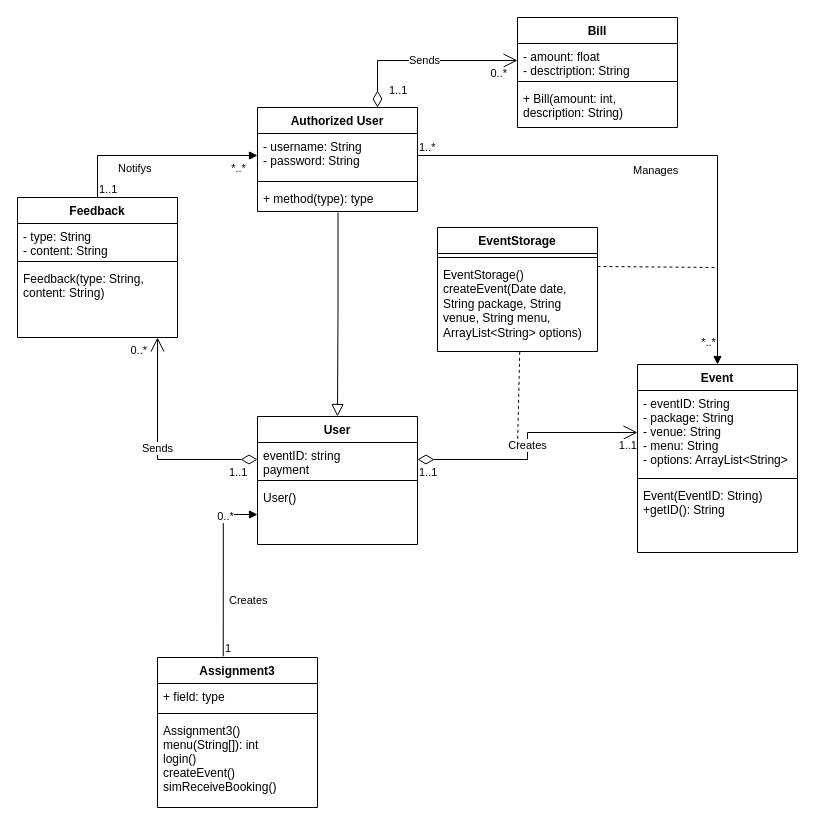
Above: class_diagram.drawio in s3899475/ISYS1118-Assignment-3 (draw.io), before the change. Source tidied: cells renumbered, new cells numbered last; positions are measured from the earlier drawing's top-left corner, leaving out a move shared by most shapes. Both pictures are drawn from the tidied source at 100%, with x=0, y=0 at pixel (17, 17).
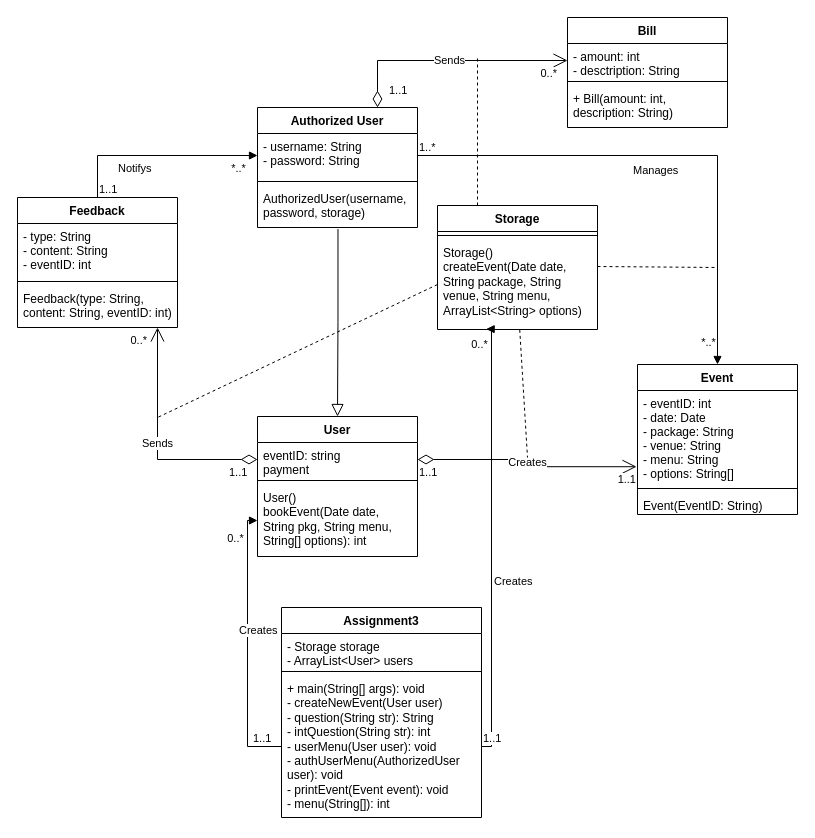
The same page after the edit.

Commit message (it also covers changes not shown here):
final changes + update class diagram

Unchanged cells that the change refers to:
```xml
<mxCell id="3" value="eventID: string&#10;payment" style="text;strokeColor=none;fillColor=none;align=left;verticalAlign=top;spacingLeft=4;spacingRight=4;overflow=hidden;points=[[0,0.5],[1,0.5]];portConstraint=eastwest;" parent="2" vertex="1">
  <mxGeometry y="26" width="160" height="34" as="geometry" />
</mxCell>
```

Change to the diagram source:
```diff
@@
     <mxCell id="2" value="User" style="swimlane;fontStyle=1;align=center;verticalAlign=top;horizontal=1;startSize=26;" parent="1" vertex="1">
-      <mxGeometry x="240" y="399" width="160" height="128" as="geometry" />
+      <mxGeometry x="240" y="399" width="160" height="140" as="geometry" />
     </mxCell>
@@
-    <mxCell id="5" value="User()" style="text;strokeColor=none;fillColor=none;align=left;verticalAlign=top;spacingLeft=4;spacingRight=4;overflow=hidden;points=[[0,0.5],[1,0.5]];portConstraint=eastwest;" parent="2" vertex="1">
-      <mxGeometry y="68" width="160" height="60" as="geometry" />
+    <mxCell id="5" value="User()&#10;bookEvent(Date date, String pkg, String menu, String[] options): int" style="text;strokeColor=none;fillColor=none;align=left;verticalAlign=top;spacingLeft=4;spacingRight=4;overflow=hidden;points=[[0,0.5],[1,0.5]];portConstraint=eastwest;whiteSpace=wrap;" parent="2" vertex="1">
+      <mxGeometry y="68" width="160" height="72" as="geometry" />
     </mxCell>
     <mxCell id="6" value="Authorized User" style="swimlane;fontStyle=1;align=center;verticalAlign=top;horizontal=1;startSize=26;" parent="1" vertex="1">
-      <mxGeometry x="240" y="90" width="160" height="104" as="geometry" />
+      <mxGeometry x="240" y="90" width="160" height="120" as="geometry" />
     </mxCell>
@@
-    <mxCell id="9" value="+ method(type): type" style="text;strokeColor=none;fillColor=none;align=left;verticalAlign=top;spacingLeft=4;spacingRight=4;overflow=hidden;points=[[0,0.5],[1,0.5]];portConstraint=eastwest;" parent="6" vertex="1">
-      <mxGeometry y="78" width="160" height="26" as="geometry" />
+    <mxCell id="9" value="AuthorizedUser(username, password, storage)" style="text;strokeColor=none;fillColor=none;align=left;verticalAlign=top;spacingLeft=4;spacingRight=4;overflow=hidden;points=[[0,0.5],[1,0.5]];portConstraint=eastwest;whiteSpace=wrap;" parent="6" vertex="1">
+      <mxGeometry y="78" width="160" height="42" as="geometry" />
     </mxCell>
     <mxCell id="10" value="Event" style="swimlane;fontStyle=1;align=center;verticalAlign=top;horizontal=1;startSize=26;" parent="1" vertex="1">
-      <mxGeometry x="620" y="347" width="160" height="188" as="geometry" />
+      <mxGeometry x="620" y="347" width="160" height="150" as="geometry" />
     </mxCell>
-    <mxCell id="11" value="- eventID: String&#10;- package: String&#10;- venue: String&#10;- menu: String&#10;- options: ArrayList&lt;String&gt;" style="text;strokeColor=none;fillColor=none;align=left;verticalAlign=top;spacingLeft=4;spacingRight=4;overflow=hidden;points=[[0,0.5],[1,0.5]];portConstraint=eastwest;" parent="10" vertex="1">
-      <mxGeometry y="26" width="160" height="84" as="geometry" />
+    <mxCell id="11" value="- eventID: int&#10;- date: Date&#10;- package: String&#10;- venue: String&#10;- menu: String&#10;- options: String[]" style="text;strokeColor=none;fillColor=none;align=left;verticalAlign=top;spacingLeft=4;spacingRight=4;overflow=hidden;points=[[0,0.5],[1,0.5]];portConstraint=eastwest;" parent="10" vertex="1">
+      <mxGeometry y="26" width="160" height="94" as="geometry" />
     </mxCell>
     <mxCell id="12" style="line;strokeWidth=1;fillColor=none;align=left;verticalAlign=middle;spacingTop=-1;spacingLeft=3;spacingRight=3;labelPosition=right;strokeColor=inherit;" parent="10" vertex="1">
-      <mxGeometry y="110" width="160" height="8" as="geometry" />
+      <mxGeometry y="120" width="160" height="8" as="geometry" />
     </mxCell>
-    <mxCell id="13" value="Event(EventID: String)&#10;+getID(): String" style="text;strokeColor=none;fillColor=none;align=left;verticalAlign=top;spacingLeft=4;spacingRight=4;overflow=hidden;" parent="10" vertex="1">
-      <mxGeometry y="118" width="160" height="70" as="geometry" />
+    <mxCell id="13" value="Event(EventID: String)" style="text;strokeColor=none;fillColor=none;align=left;verticalAlign=top;spacingLeft=4;spacingRight=4;overflow=hidden;" parent="10" vertex="1">
+      <mxGeometry y="128" width="160" height="22" as="geometry" />
     </mxCell>
-    <mxCell id="14" value="Creates" style="endArrow=open;html=1;endSize=12;startArrow=diamondThin;startSize=14;startFill=0;edgeStyle=orthogonalEdgeStyle;rounded=0;exitX=1;exitY=0.5;exitDx=0;exitDy=0;entryX=0;entryY=0.5;entryDx=0;entryDy=0;" parent="1" edge="1" source="3" target="11">
+    <mxCell id="14" value="Creates" style="endArrow=open;html=1;endSize=12;startArrow=diamondThin;startSize=14;startFill=0;edgeStyle=orthogonalEdgeStyle;rounded=0;exitX=1;exitY=0.5;exitDx=0;exitDy=0;entryX=-0.006;entryY=0.811;entryDx=0;entryDy=0;entryPerimeter=0;" parent="1" edge="1" source="3" target="11">
       <mxGeometry relative="1" as="geometry" />
     </mxCell>
@@
     <mxCell id="21" value="Feedback" style="swimlane;fontStyle=1;align=center;verticalAlign=top;horizontal=1;startSize=26;" parent="1" vertex="1">
-      <mxGeometry y="180" width="160" height="140" as="geometry" />
+      <mxGeometry y="180" width="160" height="130" as="geometry" />
     </mxCell>
-    <mxCell id="22" value="- type: String&#10;- content: String" style="text;strokeColor=none;fillColor=none;align=left;verticalAlign=top;spacingLeft=4;spacingRight=4;overflow=hidden;" parent="21" vertex="1">
-      <mxGeometry y="26" width="160" height="34" as="geometry" />
+    <mxCell id="22" value="- type: String&#10;- content: String&#10;- eventID: int" style="text;strokeColor=none;fillColor=none;align=left;verticalAlign=top;spacingLeft=4;spacingRight=4;overflow=hidden;" parent="21" vertex="1">
+      <mxGeometry y="26" width="160" height="54" as="geometry" />
     </mxCell>
     <mxCell id="23" style="line;strokeWidth=1;fillColor=none;align=left;verticalAlign=middle;spacingTop=-1;spacingLeft=3;spacingRight=3;labelPosition=right;strokeColor=inherit;" parent="21" vertex="1">
-      <mxGeometry y="60" width="160" height="8" as="geometry" />
+      <mxGeometry y="80" width="160" height="8" as="geometry" />
     </mxCell>
-    <mxCell id="24" value="Feedback(type: String, content: String)" style="text;strokeColor=none;fillColor=none;align=left;verticalAlign=top;spacingLeft=4;spacingRight=4;overflow=hidden;points=[[0,0.5],[1,0.5]];portConstraint=eastwest;whiteSpace=wrap;" parent="21" vertex="1">
-      <mxGeometry y="68" width="160" height="72" as="geometry" />
+    <mxCell id="24" value="Feedback(type: String, content: String, eventID: int)" style="text;strokeColor=none;fillColor=none;align=left;verticalAlign=top;spacingLeft=4;spacingRight=4;overflow=hidden;points=[[0,0.5],[1,0.5]];portConstraint=eastwest;whiteSpace=wrap;" parent="21" vertex="1">
+      <mxGeometry y="88" width="160" height="42" as="geometry" />
     </mxCell>
@@
     <mxCell id="31" value="Bill" style="swimlane;fontStyle=1;align=center;verticalAlign=top;horizontal=1;startSize=26;" parent="1" vertex="1">
-      <mxGeometry x="500" width="160" height="110" as="geometry" />
+      <mxGeometry x="550" width="160" height="110" as="geometry" />
     </mxCell>
-    <mxCell id="32" value="- amount: float&#10;- desctription: String" style="text;strokeColor=none;fillColor=none;align=left;verticalAlign=top;spacingLeft=4;spacingRight=4;overflow=hidden;points=[[0,0.5],[1,0.5]];portConstraint=eastwest;" parent="31" vertex="1">
+    <mxCell id="32" value="- amount: int&#10;- desctription: String" style="text;strokeColor=none;fillColor=none;align=left;verticalAlign=top;spacingLeft=4;spacingRight=4;overflow=hidden;points=[[0,0.5],[1,0.5]];portConstraint=eastwest;" parent="31" vertex="1">
       <mxGeometry y="26" width="160" height="34" as="geometry" />
     </mxCell>
@@
-    <mxCell id="38" value="EventStorage" style="swimlane;fontStyle=1;align=center;verticalAlign=top;horizontal=1;startSize=26;whiteSpace=wrap;" parent="1" vertex="1">
-      <mxGeometry x="420" y="210" width="160" height="124" as="geometry" />
+    <mxCell id="38" value="Storage" style="swimlane;fontStyle=1;align=center;verticalAlign=top;horizontal=1;startSize=26;whiteSpace=wrap;" parent="1" vertex="1">
+      <mxGeometry x="420" y="188" width="160" height="124" as="geometry" />
     </mxCell>
@@
-    <mxCell id="40" value="EventStorage()&#10;createEvent(Date date, String package, String venue, String menu, ArrayList&lt;String&gt; options)" style="text;strokeColor=none;fillColor=none;align=left;verticalAlign=top;spacingLeft=4;spacingRight=4;overflow=hidden;points=[[0,0.5],[1,0.5]];portConstraint=eastwest;whiteSpace=wrap;" parent="38" vertex="1">
+    <mxCell id="40" value="Storage()&#10;createEvent(Date date, String package, String venue, String menu, ArrayList&lt;String&gt; options)" style="text;strokeColor=none;fillColor=none;align=left;verticalAlign=top;spacingLeft=4;spacingRight=4;overflow=hidden;points=[[0,0.5],[1,0.5]];portConstraint=eastwest;whiteSpace=wrap;" parent="38" vertex="1">
       <mxGeometry y="34" width="160" height="90" as="geometry" />
     </mxCell>
     <mxCell id="41" style="endArrow=none;dashed=1;html=1;rounded=0;exitX=0.514;exitY=1.004;exitDx=0;exitDy=0;exitPerimeter=0;" parent="1" edge="1" source="40">
       <mxGeometry relative="1" as="geometry">
-        <mxPoint x="500" y="430" as="targetPoint" />
+        <mxPoint x="510" y="440" as="targetPoint" />
       </mxGeometry>
     </mxCell>
@@
     <mxCell id="43" value="Assignment3" style="swimlane;fontStyle=1;align=center;verticalAlign=top;horizontal=1;startSize=26;" parent="1" vertex="1">
-      <mxGeometry x="140" y="640" width="160" height="150" as="geometry" />
+      <mxGeometry x="264" y="590" width="200" height="210" as="geometry" />
     </mxCell>
-    <mxCell id="44" value="+ field: type" style="text;strokeColor=none;fillColor=none;align=left;verticalAlign=top;spacingLeft=4;spacingRight=4;overflow=hidden;" parent="43" vertex="1">
-      <mxGeometry y="26" width="160" height="26" as="geometry" />
+    <mxCell id="44" value="- Storage storage&#10;- ArrayList&lt;User&gt; users" style="text;strokeColor=none;fillColor=none;align=left;verticalAlign=top;spacingLeft=4;spacingRight=4;overflow=hidden;" parent="43" vertex="1">
+      <mxGeometry y="26" width="200" height="34" as="geometry" />
     </mxCell>
     <mxCell id="45" style="line;strokeWidth=1;fillColor=none;align=left;verticalAlign=middle;spacingTop=-1;spacingLeft=3;spacingRight=3;labelPosition=right;strokeColor=inherit;" parent="43" vertex="1">
-      <mxGeometry y="52" width="160" height="8" as="geometry" />
+      <mxGeometry y="60" width="200" height="8" as="geometry" />
     </mxCell>
-    <mxCell id="46" value="Assignment3()&#10;menu(String[]): int&#10;login()&#10;createEvent()&#10;simReceiveBooking()" style="text;strokeColor=none;fillColor=none;align=left;verticalAlign=top;spacingLeft=4;spacingRight=4;overflow=hidden;points=[[0,0.5],[1,0.5]];portConstraint=eastwest;" parent="43" vertex="1">
-      <mxGeometry y="60" width="160" height="90" as="geometry" />
+    <mxCell id="46" value="+ main(String[] args): void&lt;br&gt;- createNewEvent(User user)&lt;br&gt;- question(String str): String&lt;br&gt;- intQuestion(String str): int&lt;br&gt;- userMenu(User user): void&lt;br&gt;- authUserMenu(AuthorizedUser user): void&lt;br&gt;- printEvent(Event event): void&lt;br&gt;- menu(String[]): int" style="text;strokeColor=none;fillColor=none;align=left;verticalAlign=top;spacingLeft=4;spacingRight=4;overflow=hidden;points=[[0,0.5],[1,0.5]];portConstraint=eastwest;whiteSpace=wrap;html=1;" parent="43" vertex="1">
+      <mxGeometry y="68" width="200" height="142" as="geometry" />
     </mxCell>
-    <mxCell id="47" value="Creates" style="endArrow=block;endFill=1;html=1;edgeStyle=orthogonalEdgeStyle;align=left;verticalAlign=top;rounded=0;exitX=0.411;exitY=-0.008;exitDx=0;exitDy=0;exitPerimeter=0;entryX=0;entryY=0.5;entryDx=0;entryDy=0;" parent="1" edge="1" source="43" target="5">
-      <mxGeometry x="-0.22" y="-4" relative="1" as="geometry" />
+    <mxCell id="47" value="Creates" style="endArrow=block;endFill=1;html=1;edgeStyle=orthogonalEdgeStyle;align=left;verticalAlign=top;rounded=0;exitX=0;exitY=0.5;exitDx=0;exitDy=0;entryX=0;entryY=0.5;entryDx=0;entryDy=0;" parent="1" edge="1" source="46" target="5">
+      <mxGeometry x="0.21" y="10" relative="1" as="geometry" />
     </mxCell>
-    <mxCell id="48" value="1" style="edgeLabel;html=1;align=left;verticalAlign=bottom;" parent="47" vertex="1">
-      <mxGeometry x="-1" relative="1" as="geometry" />
+    <mxCell id="48" value="1..1" style="edgeLabel;html=1;align=left;verticalAlign=bottom;" parent="47" vertex="1">
+      <mxGeometry x="-1" relative="1" as="geometry">
+        <mxPoint x="-30" as="offset" />
+      </mxGeometry>
     </mxCell>
@@
+    <mxCell id="50" style="endArrow=none;dashed=1;html=1;rounded=0;exitX=0.25;exitY=0;exitDx=0;exitDy=0;" parent="1" edge="1" source="38">
+      <mxGeometry relative="1" as="geometry">
+        <mxPoint x="460" y="40" as="targetPoint" />
+      </mxGeometry>
+    </mxCell>
+    <mxCell id="51" style="endArrow=none;dashed=1;html=1;rounded=0;exitX=0;exitY=0.5;exitDx=0;exitDy=0;" parent="1" edge="1" source="40">
+      <mxGeometry relative="1" as="geometry">
+        <mxPoint x="140" y="400" as="targetPoint" />
+      </mxGeometry>
+    </mxCell>
+    <mxCell id="52" value="Creates" style="endArrow=block;endFill=1;html=1;edgeStyle=orthogonalEdgeStyle;align=left;verticalAlign=top;rounded=0;exitX=1;exitY=0.5;exitDx=0;exitDy=0;entryX=0.304;entryY=0.995;entryDx=0;entryDy=0;entryPerimeter=0;" parent="1" edge="1" source="46" target="40">
+      <mxGeometry x="-0.13" y="-1" relative="1" as="geometry">
+        <Array as="points">
+          <mxPoint x="474" y="729" />
+          <mxPoint x="474" y="312" />
+        </Array>
+      </mxGeometry>
+    </mxCell>
+    <mxCell id="53" value="1..1" style="edgeLabel;html=1;align=left;verticalAlign=bottom;" parent="52" vertex="1">
+      <mxGeometry x="-1" relative="1" as="geometry" />
+    </mxCell>
+    <mxCell id="54" value="0..*" style="edgeLabel;html=1;align=center;verticalAlign=middle;" parent="52" vertex="1">
+      <mxGeometry x="0.8" y="-1" relative="1" as="geometry">
+        <mxPoint x="-14" y="-24" as="offset" />
+      </mxGeometry>
+    </mxCell>
```
